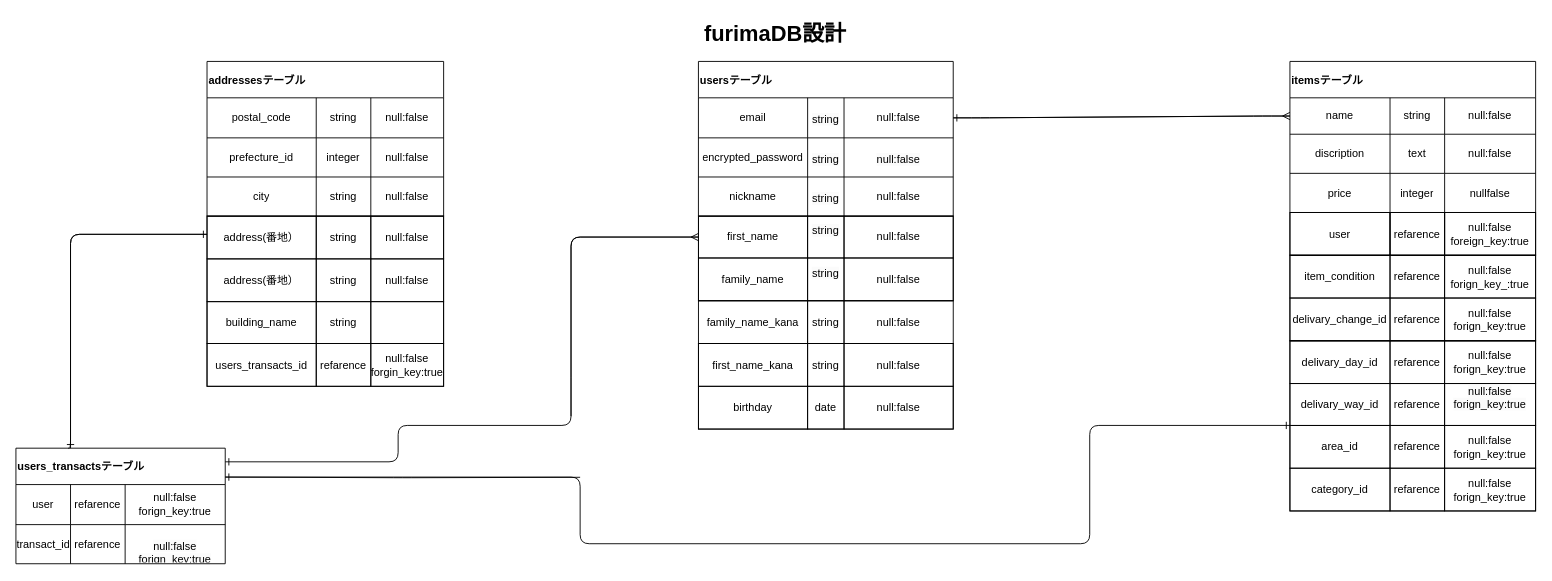
Above: test.dio in hiro1090/furima-40159 (draw.io), before the change. Source tidied: cells renumbered, new cells numbered last; positions are measured from the earlier drawing's top-left corner, leaving out a move shared by most shapes. Both pictures are drawn from the tidied source at 91%, with x=0, y=0 at pixel (15, 15).
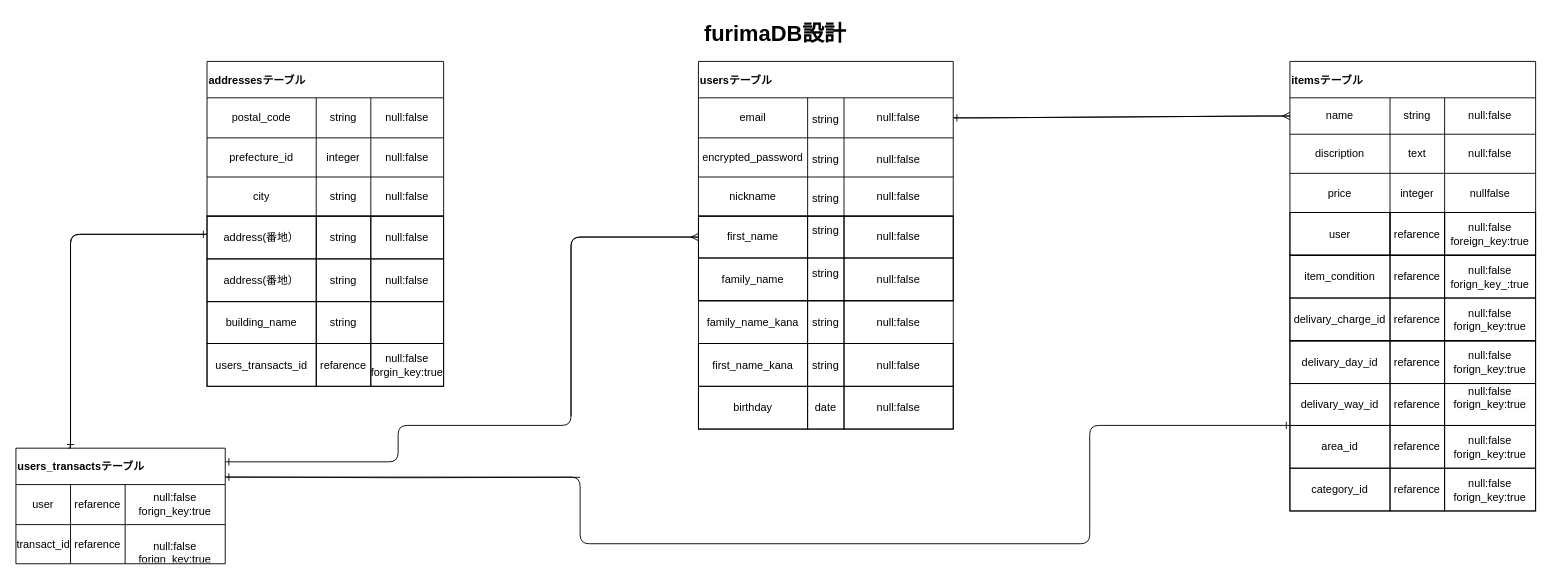
The same page after the edit.

Commit message (it also covers changes not shown here):
ER図、データベース設計の修正4

The change refers to these unchanged cells:
```xml
<mxCell id="80" style="shape=tableRow;horizontal=0;startSize=0;swimlaneHead=0;swimlaneBody=0;top=0;left=0;bottom=0;right=0;fontStyle=0;fillColor=none;strokeColor=inherit;sketch=0;strokeWidth=1;" parent="75" vertex="1">
  <mxGeometry y="47" width="270" height="47" as="geometry" />
</mxCell>
```

Diff of the diagram source:
```diff
@@
-    <mxCell id="81" value="delivary_change_id" style="strokeColor=inherit;fillColor=none;align=center;whiteSpace=wrap;html=1;sketch=0;strokeWidth=1;" parent="80" vertex="1">
+    <mxCell id="81" value="delivary_charge_id" style="strokeColor=inherit;fillColor=none;align=center;whiteSpace=wrap;html=1;sketch=0;strokeWidth=1;" parent="80" vertex="1">
       <mxGeometry width="110" height="47" as="geometry" />
     </mxCell>
```
